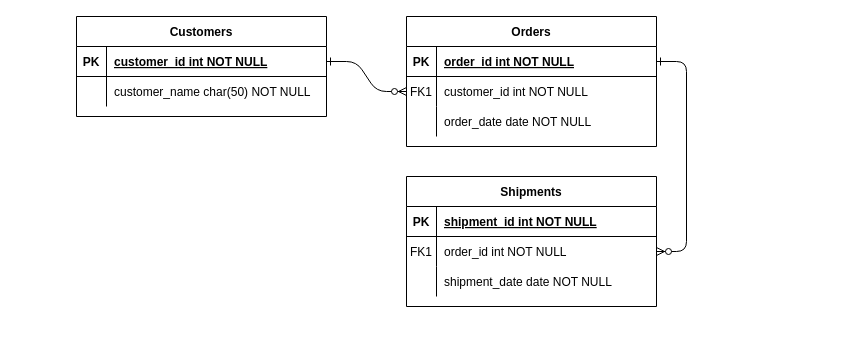
Before: page "Restaurantes" (1 of 2) of Restaurantes.drawio in raulgm00/draw.oi, a draw.io diagram. Source tidied: cells renumbered, new cells numbered last; positions are measured from the earlier drawing's top-left corner, leaving out a move shared by most shapes. Both pictures are drawn from the tidied source at 100%, with x=0, y=0 at pixel (76, 16).
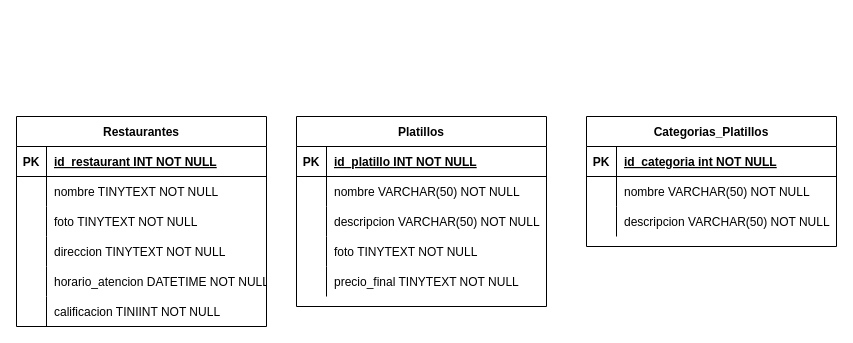
Above is the later version.

The change refers to these unchanged cells:
```xml
<mxCell id="5" style="shape=partialRectangle;fillColor=none;points=[[0,0.5],[1,0.5]];portConstraint=eastwest;top=0;left=0;right=0;bottom=1;" parent="4" vertex="1">
  <mxGeometry y="30" width="250" height="30" as="geometry" />
</mxCell>
<mxCell id="8" style="shape=partialRectangle;fillColor=none;points=[[0,0.5],[1,0.5]];portConstraint=eastwest;top=0;left=0;right=0;bottom=0;" parent="4" vertex="1">
  <mxGeometry y="60" width="250" height="30" as="geometry" />
</mxCell>
<mxCell id="11" style="shape=partialRectangle;fillColor=none;top=0;left=0;right=0;bottom=0;" parent="4" vertex="1">
  <mxGeometry y="90" width="250" height="30" as="geometry" />
</mxCell>
<mxCell id="15" style="shape=partialRectangle;fillColor=none;top=0;left=0;right=0;bottom=1;" parent="14" vertex="1">
  <mxGeometry y="30" width="250" height="30" as="geometry" />
</mxCell>
<mxCell id="18" style="shape=partialRectangle;fillColor=none;points=[[0,0.5],[1,0.5]];portConstraint=eastwest;top=0;left=0;right=0;bottom=0;" parent="14" vertex="1">
  <mxGeometry y="60" width="250" height="30" as="geometry" />
</mxCell>
<mxCell id="21" style="shape=partialRectangle;fillColor=none;top=0;left=0;right=0;bottom=0;" parent="14" vertex="1">
  <mxGeometry y="90" width="250" height="30" as="geometry" />
</mxCell>
<mxCell id="25" style="shape=partialRectangle;fillColor=none;points=[[0,0.5],[1,0.5]];portConstraint=eastwest;top=0;left=0;right=0;bottom=1;" parent="24" vertex="1">
  <mxGeometry y="30" width="250" height="30" as="geometry" />
</mxCell>
```

What changed in the source:
```diff
@@
-    <mxCell id="2" style="edgeStyle=entityRelationEdgeStyle;endArrow=ERzeroToMany;startArrow=ERone;endFill=1;startFill=0;" parent="1" edge="1" source="25" target="8">
-      <mxGeometry relative="1" as="geometry" />
-    </mxCell>
-    <mxCell id="3" style="edgeStyle=entityRelationEdgeStyle;endArrow=ERzeroToMany;startArrow=ERone;endFill=1;startFill=0;" parent="1" edge="1" source="5" target="18">
-      <mxGeometry relative="1" as="geometry" />
-    </mxCell>
-    <mxCell id="4" value="Orders" style="shape=table;startSize=30;childLayout=tableLayout;rowLines=0;fontStyle=1;align=center;" parent="1" vertex="1">
-      <mxGeometry x="330" width="250" height="130" as="geometry" />
+    <mxCell id="4" value="Platillos" style="shape=table;startSize=30;childLayout=tableLayout;rowLines=0;fontStyle=1;align=center;" parent="1" vertex="1">
+      <mxGeometry x="220" y="100" width="250" height="190" as="geometry" />
     </mxCell>
@@
-    <mxCell id="7" value="order_id int NOT NULL " style="shape=partialRectangle;overflow=hidden;fillColor=none;top=0;left=0;bottom=0;right=0;align=left;spacingLeft=6;fontStyle=5;" parent="5" vertex="1">
+    <mxCell id="7" value="id_platillo INT NOT NULL " style="shape=partialRectangle;overflow=hidden;fillColor=none;top=0;left=0;bottom=0;right=0;align=left;spacingLeft=6;fontStyle=5;" parent="5" vertex="1">
       <mxGeometry x="30" width="220" height="30" as="geometry" />
     </mxCell>
@@
-    <mxCell id="9" value="FK1" style="shape=partialRectangle;overflow=hidden;fillColor=none;top=0;left=0;bottom=0;right=0;" parent="8" vertex="1">
+    <mxCell id="9" style="shape=partialRectangle;overflow=hidden;fillColor=none;top=0;left=0;bottom=0;right=0;" parent="8" vertex="1">
       <mxGeometry width="30" height="30" as="geometry" />
     </mxCell>
-    <mxCell id="10" value="customer_id int NOT NULL" style="shape=partialRectangle;overflow=hidden;fillColor=none;top=0;left=0;bottom=0;right=0;align=left;spacingLeft=6;" parent="8" vertex="1">
+    <mxCell id="10" value="nombre VARCHAR(50) NOT NULL" style="shape=partialRectangle;overflow=hidden;fillColor=none;top=0;left=0;bottom=0;right=0;align=left;spacingLeft=6;" parent="8" vertex="1">
       <mxGeometry x="30" width="220" height="30" as="geometry" />
     </mxCell>
@@
-    <mxCell id="13" value="order_date date NOT NULL" style="shape=partialRectangle;overflow=hidden;fillColor=none;top=0;left=0;bottom=0;right=0;align=left;spacingLeft=6;" parent="11" vertex="1">
+    <mxCell id="13" value="descripcion VARCHAR(50) NOT NULL" style="shape=partialRectangle;overflow=hidden;fillColor=none;top=0;left=0;bottom=0;right=0;align=left;spacingLeft=6;" parent="11" vertex="1">
       <mxGeometry x="30" width="220" height="30" as="geometry" />
     </mxCell>
+    <mxCell id="31" style="shape=partialRectangle;fillColor=none;top=0;left=0;right=0;bottom=0;" parent="4" vertex="1">
+      <mxGeometry y="120" width="250" height="30" as="geometry" />
+    </mxCell>
+    <mxCell id="32" style="shape=partialRectangle;overflow=hidden;fillColor=none;top=0;left=0;bottom=0;right=0;" parent="31" vertex="1">
+      <mxGeometry width="30" height="30" as="geometry" />
+    </mxCell>
+    <mxCell id="33" value="foto TINYTEXT NOT NULL" style="shape=partialRectangle;overflow=hidden;fillColor=none;top=0;left=0;bottom=0;right=0;align=left;spacingLeft=6;" parent="31" vertex="1">
+      <mxGeometry x="30" width="220" height="30" as="geometry" />
+    </mxCell>
+    <mxCell id="34" style="shape=partialRectangle;fillColor=none;top=0;left=0;right=0;bottom=0;" parent="4" vertex="1">
+      <mxGeometry y="150" width="250" height="30" as="geometry" />
+    </mxCell>
+    <mxCell id="35" style="shape=partialRectangle;overflow=hidden;fillColor=none;top=0;left=0;bottom=0;right=0;" parent="34" vertex="1">
+      <mxGeometry width="30" height="30" as="geometry" />
+    </mxCell>
+    <mxCell id="36" value="precio_final TINYTEXT NOT NULL" style="shape=partialRectangle;overflow=hidden;fillColor=none;top=0;left=0;bottom=0;right=0;align=left;spacingLeft=6;" parent="34" vertex="1">
+      <mxGeometry x="30" width="220" height="30" as="geometry" />
+    </mxCell>
-    <mxCell id="14" value="Shipments" style="shape=table;startSize=30;childLayout=tableLayout;rowLines=0;fontStyle=1;align=center;" parent="1" vertex="1">
-      <mxGeometry x="330" y="160" width="250" height="130" as="geometry" />
+    <mxCell id="14" value="Categorias_Platillos" style="shape=table;startSize=30;childLayout=tableLayout;rowLines=0;fontStyle=1;align=center;" parent="1" vertex="1">
+      <mxGeometry x="510" y="100" width="250" height="130" as="geometry" />
     </mxCell>
@@
-    <mxCell id="17" value="shipment_id int NOT NULL " style="shape=partialRectangle;overflow=hidden;fillColor=none;top=0;left=0;bottom=0;right=0;align=left;spacingLeft=6;fontStyle=5;" parent="15" vertex="1">
+    <mxCell id="17" value="id_categoria int NOT NULL " style="shape=partialRectangle;overflow=hidden;fillColor=none;top=0;left=0;bottom=0;right=0;align=left;spacingLeft=6;fontStyle=5;" parent="15" vertex="1">
       <mxGeometry x="30" width="220" height="30" as="geometry" />
     </mxCell>
@@
-    <mxCell id="19" value="FK1" style="shape=partialRectangle;overflow=hidden;fillColor=none;top=0;left=0;bottom=0;right=0;" parent="18" vertex="1">
+    <mxCell id="19" style="shape=partialRectangle;overflow=hidden;fillColor=none;top=0;left=0;bottom=0;right=0;" parent="18" vertex="1">
       <mxGeometry width="30" height="30" as="geometry" />
     </mxCell>
-    <mxCell id="20" value="order_id int NOT NULL" style="shape=partialRectangle;overflow=hidden;fillColor=none;top=0;left=0;bottom=0;right=0;align=left;spacingLeft=6;" parent="18" vertex="1">
+    <mxCell id="20" value="nombre VARCHAR(50) NOT NULL" style="shape=partialRectangle;overflow=hidden;fillColor=none;top=0;left=0;bottom=0;right=0;align=left;spacingLeft=6;" parent="18" vertex="1">
       <mxGeometry x="30" width="220" height="30" as="geometry" />
     </mxCell>
@@
-    <mxCell id="23" value="shipment_date date NOT NULL" style="shape=partialRectangle;overflow=hidden;fillColor=none;top=0;left=0;bottom=0;right=0;align=left;spacingLeft=6;" parent="21" vertex="1">
+    <mxCell id="23" value="descripcion VARCHAR(50) NOT NULL" style="shape=partialRectangle;overflow=hidden;fillColor=none;top=0;left=0;bottom=0;right=0;align=left;spacingLeft=6;" parent="21" vertex="1">
       <mxGeometry x="30" width="220" height="30" as="geometry" />
     </mxCell>
-    <mxCell id="24" value="Customers" style="shape=table;startSize=30;childLayout=tableLayout;rowLines=0;fontStyle=1;align=center;" parent="1" vertex="1">
-      <mxGeometry width="250" height="100" as="geometry" />
+    <mxCell id="24" value="Restaurantes" style="shape=table;startSize=30;childLayout=tableLayout;rowLines=0;fontStyle=1;align=center;" parent="1" vertex="1">
+      <mxGeometry x="-60" y="100" width="250" height="210" as="geometry" />
     </mxCell>
@@
-    <mxCell id="27" value="customer_id int NOT NULL " style="shape=partialRectangle;overflow=hidden;fillColor=none;top=0;left=0;bottom=0;right=0;align=left;spacingLeft=6;fontStyle=5;" parent="25" vertex="1">
+    <mxCell id="27" value="id_restaurant INT NOT NULL " style="shape=partialRectangle;overflow=hidden;fillColor=none;top=0;left=0;bottom=0;right=0;align=left;spacingLeft=6;fontStyle=5;" parent="25" vertex="1">
       <mxGeometry x="30" width="220" height="30" as="geometry" />
     </mxCell>
+    <mxCell id="37" style="shape=partialRectangle;fillColor=none;top=0;left=0;right=0;bottom=0;" parent="24" vertex="1">
+      <mxGeometry y="60" width="250" height="30" as="geometry" />
+    </mxCell>
+    <mxCell id="38" style="shape=partialRectangle;overflow=hidden;fillColor=none;top=0;left=0;bottom=0;right=0;" parent="37" vertex="1">
+      <mxGeometry width="30" height="30" as="geometry" />
+    </mxCell>
+    <mxCell id="39" value="nombre TINYTEXT NOT NULL" style="shape=partialRectangle;overflow=hidden;fillColor=none;top=0;left=0;bottom=0;right=0;align=left;spacingLeft=6;" parent="37" vertex="1">
+      <mxGeometry x="30" width="220" height="30" as="geometry" />
+    </mxCell>
+    <mxCell id="40" style="shape=partialRectangle;fillColor=none;top=0;left=0;right=0;bottom=0;" parent="24" vertex="1">
+      <mxGeometry y="90" width="250" height="30" as="geometry" />
+    </mxCell>
+    <mxCell id="41" style="shape=partialRectangle;overflow=hidden;fillColor=none;top=0;left=0;bottom=0;right=0;" parent="40" vertex="1">
+      <mxGeometry width="30" height="30" as="geometry" />
+    </mxCell>
+    <mxCell id="42" value="foto TINYTEXT NOT NULL" style="shape=partialRectangle;overflow=hidden;fillColor=none;top=0;left=0;bottom=0;right=0;align=left;spacingLeft=6;" parent="40" vertex="1">
+      <mxGeometry x="30" width="220" height="30" as="geometry" />
+    </mxCell>
+    <mxCell id="43" style="shape=partialRectangle;fillColor=none;top=0;left=0;right=0;bottom=0;" parent="24" vertex="1">
+      <mxGeometry y="120" width="250" height="30" as="geometry" />
+    </mxCell>
+    <mxCell id="44" style="shape=partialRectangle;overflow=hidden;fillColor=none;top=0;left=0;bottom=0;right=0;" parent="43" vertex="1">
+      <mxGeometry width="30" height="30" as="geometry" />
+    </mxCell>
+    <mxCell id="45" value="direccion TINYTEXT NOT NULL" style="shape=partialRectangle;overflow=hidden;fillColor=none;top=0;left=0;bottom=0;right=0;align=left;spacingLeft=6;" parent="43" vertex="1">
+      <mxGeometry x="30" width="220" height="30" as="geometry" />
+    </mxCell>
+    <mxCell id="46" style="shape=partialRectangle;fillColor=none;top=0;left=0;right=0;bottom=0;" parent="24" vertex="1">
+      <mxGeometry y="150" width="250" height="30" as="geometry" />
+    </mxCell>
+    <mxCell id="47" style="shape=partialRectangle;overflow=hidden;fillColor=none;top=0;left=0;bottom=0;right=0;" parent="46" vertex="1">
+      <mxGeometry width="30" height="30" as="geometry" />
+    </mxCell>
+    <mxCell id="48" value="horario_atencion DATETIME NOT NULL" style="shape=partialRectangle;overflow=hidden;fillColor=none;top=0;left=0;bottom=0;right=0;align=left;spacingLeft=6;" parent="46" vertex="1">
+      <mxGeometry x="30" width="220" height="30" as="geometry" />
+    </mxCell>
     <mxCell id="28" style="shape=partialRectangle;fillColor=none;top=0;left=0;right=0;bottom=0;" parent="24" vertex="1">
-      <mxGeometry y="60" width="250" height="30" as="geometry" />
+      <mxGeometry y="180" width="250" height="30" as="geometry" />
     </mxCell>
@@
-    <mxCell id="30" value="customer_name char(50) NOT NULL" style="shape=partialRectangle;overflow=hidden;fillColor=none;top=0;left=0;bottom=0;right=0;align=left;spacingLeft=6;" parent="28" vertex="1">
+    <mxCell id="30" value="calificacion TINIINT NOT NULL" style="shape=partialRectangle;overflow=hidden;fillColor=none;top=0;left=0;bottom=0;right=0;align=left;spacingLeft=6;" parent="28" vertex="1">
       <mxGeometry x="30" width="220" height="30" as="geometry" />
     </mxCell>
```
